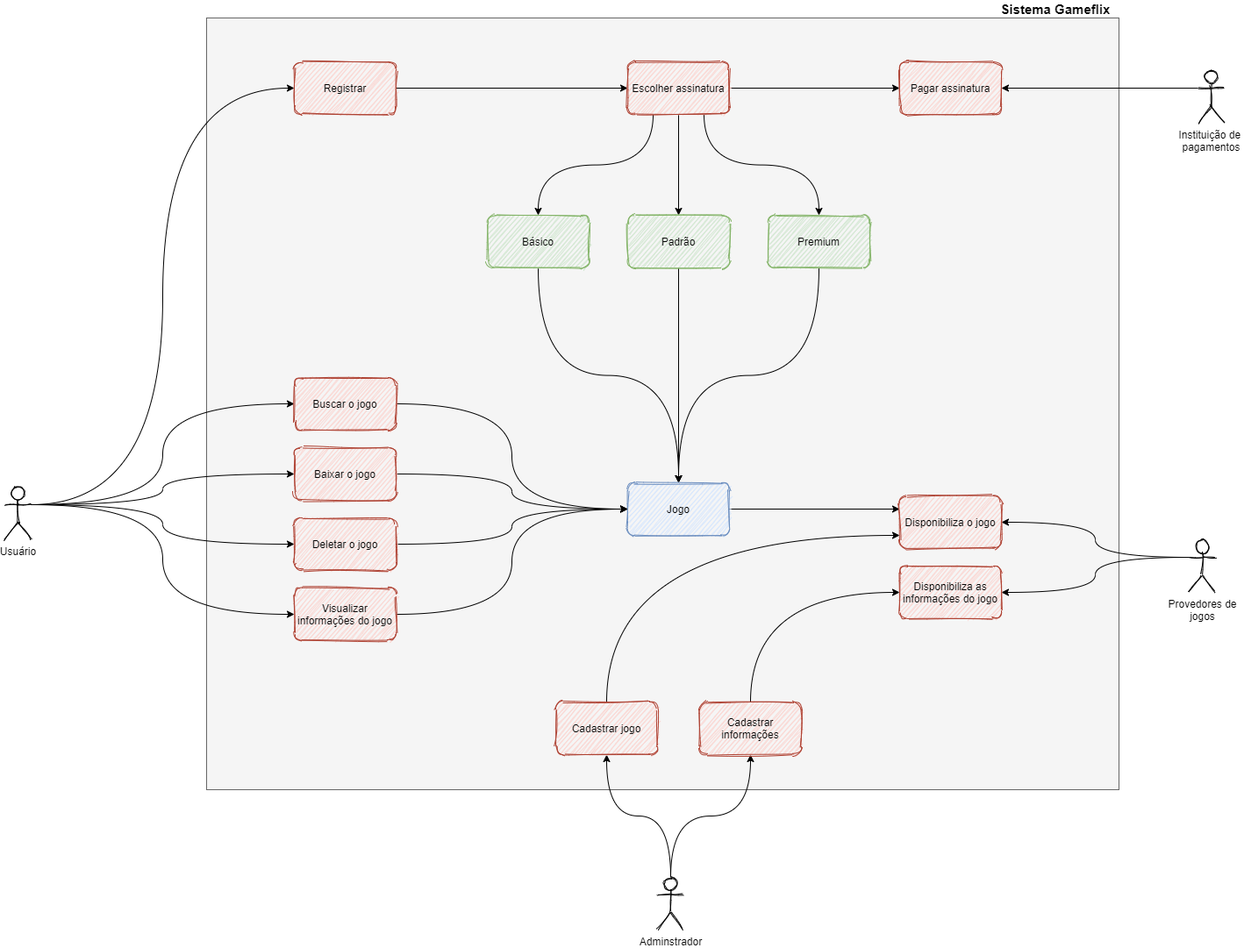
diandria/ddl-system keeps this draw.io diagram as img/desenho-gameflix-v2.png. Above is the earlier version. Source tidied: cells renumbered, new cells last; positions are measured from the earlier drawing's top-left corner, leaving out a move shared by most shapes.
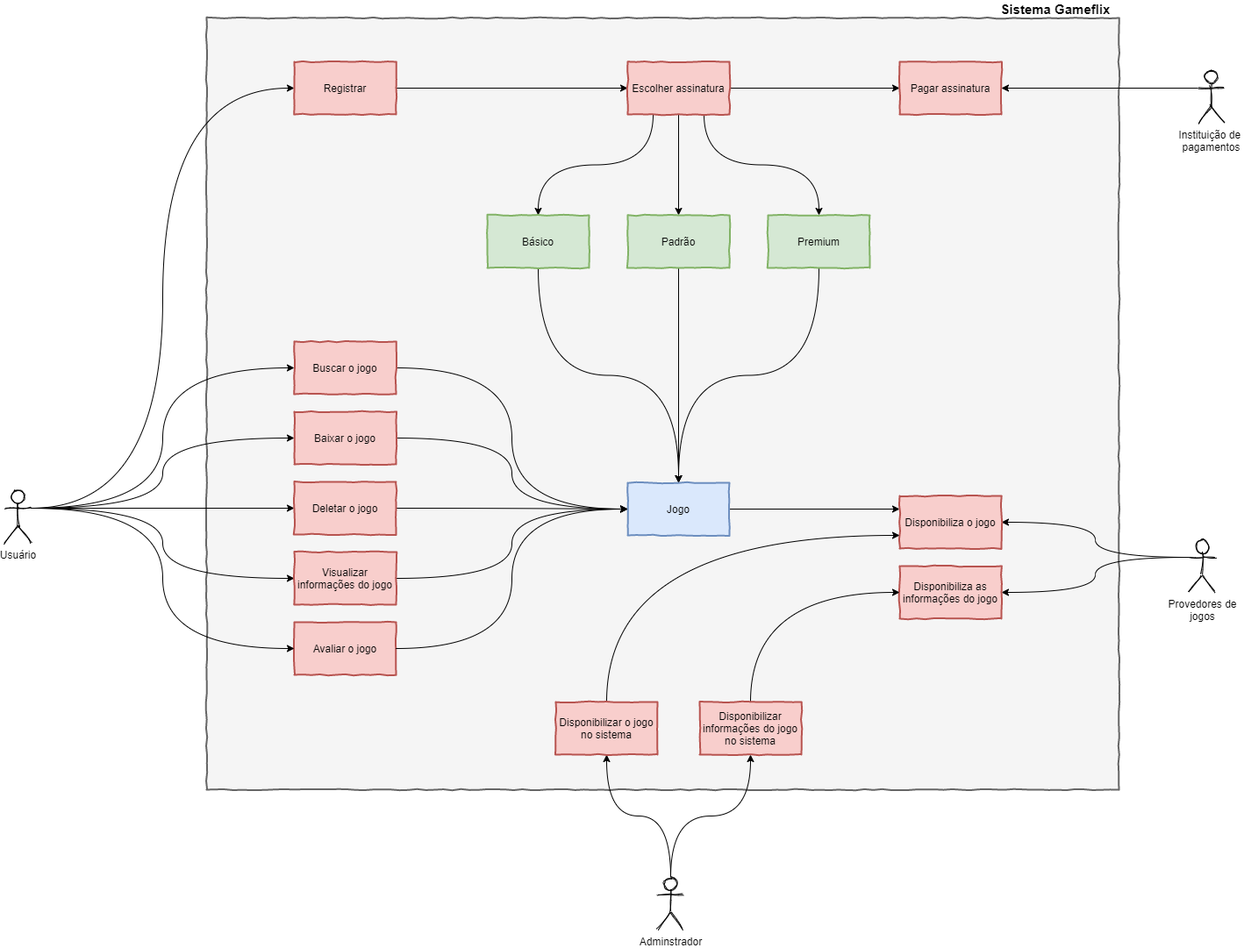
The same file after the commit.

Commit message:
refactor: update image with the flow desing version 2

Diff of the diagram source:
```diff
@@ -2,7 +2,7 @@
   <root>
     <mxCell id="0" />
     <mxCell id="1" parent="0" />
-    <mxCell id="2" style="rounded=0;whiteSpace=wrap;html=1;fillColor=#f5f5f5;strokeColor=#666666;fontColor=#333333;" parent="1" vertex="1">
+    <mxCell id="2" style="rounded=0;whiteSpace=wrap;html=1;comic=1;strokeWidth=2;strokeColor=#666666;fillColor=#f5f5f5;fontColor=#333333;" parent="1" vertex="1">
       <mxGeometry x="230" y="20" width="1040" height="880" as="geometry" />
     </mxCell>
     <mxCell id="3" style="edgeStyle=orthogonalEdgeStyle;rounded=0;jettySize=auto;html=1;exitX=1;exitY=0.3333333333333333;exitDx=0;exitDy=0;exitPerimeter=0;entryX=0;entryY=0.5;entryDx=0;entryDy=0;curved=1;" parent="1" edge="1" source="8" target="10">
@@ -11,7 +11,7 @@
     <mxCell id="4" style="edgeStyle=orthogonalEdgeStyle;curved=1;rounded=0;jettySize=auto;html=1;exitX=1;exitY=0.3333333333333333;exitDx=0;exitDy=0;exitPerimeter=0;entryX=0;entryY=0.5;entryDx=0;entryDy=0;" parent="1" edge="1" source="8" target="24">
       <mxGeometry relative="1" as="geometry" />
     </mxCell>
-    <mxCell id="5" style="edgeStyle=orthogonalEdgeStyle;curved=1;rounded=0;jettySize=auto;html=1;exitX=1;exitY=0.3333333333333333;exitDx=0;exitDy=0;exitPerimeter=0;" parent="1" edge="1" source="8" target="30">
+    <mxCell id="5" style="edgeStyle=orthogonalEdgeStyle;curved=1;rounded=0;jettySize=auto;html=1;exitX=1;exitY=0.3333333333333333;exitDx=0;exitDy=0;exitPerimeter=0;entryX=0;entryY=0.5;entryDx=0;entryDy=0;" parent="1" edge="1" source="8" target="30">
       <mxGeometry relative="1" as="geometry" />
     </mxCell>
     <mxCell id="6" style="edgeStyle=orthogonalEdgeStyle;curved=1;rounded=0;jettySize=auto;html=1;exitX=1;exitY=0.3333333333333333;exitDx=0;exitDy=0;exitPerimeter=0;entryX=0;entryY=0.5;entryDx=0;entryDy=0;" parent="1" edge="1" source="8" target="34">
@@ -21,12 +21,12 @@
       <mxGeometry relative="1" as="geometry" />
     </mxCell>
     <mxCell id="8" value="Usuário" style="shape=umlActor;verticalLabelPosition=bottom;verticalAlign=top;html=1;outlineConnect=0;rounded=1;sketch=1;" parent="1" vertex="1">
-      <mxGeometry y="555" width="30" height="60" as="geometry" />
+      <mxGeometry y="559" width="30" height="60" as="geometry" />
     </mxCell>
     <mxCell id="9" style="edgeStyle=orthogonalEdgeStyle;curved=1;rounded=0;jettySize=auto;html=1;exitX=1;exitY=0.5;exitDx=0;exitDy=0;" parent="1" edge="1" source="10" target="15">
       <mxGeometry relative="1" as="geometry" />
     </mxCell>
-    <mxCell id="10" value="Registrar" style="whiteSpace=wrap;html=1;fillColor=#fad9d5;strokeColor=#ae4132;rounded=1;sketch=1;" parent="1" vertex="1">
+    <mxCell id="10" value="Registrar" style="rounded=0;whiteSpace=wrap;html=1;comic=1;strokeWidth=2;strokeColor=#b85450;fillColor=#f8cecc;" parent="1" vertex="1">
       <mxGeometry x="330" y="70" width="116" height="60" as="geometry" />
     </mxCell>
     <mxCell id="11" style="edgeStyle=orthogonalEdgeStyle;curved=1;rounded=0;jettySize=auto;html=1;exitX=0.25;exitY=1;exitDx=0;exitDy=0;entryX=0.5;entryY=0;entryDx=0;entryDy=0;" parent="1" edge="1" source="15" target="17">
@@ -41,35 +41,35 @@
     <mxCell id="14" style="edgeStyle=orthogonalEdgeStyle;curved=1;rounded=0;jettySize=auto;html=1;exitX=1;exitY=0.5;exitDx=0;exitDy=0;entryX=0;entryY=0.5;entryDx=0;entryDy=0;" parent="1" edge="1" source="15" target="22">
       <mxGeometry relative="1" as="geometry" />
     </mxCell>
-    <mxCell id="15" value="Escolher assinatura" style="whiteSpace=wrap;html=1;fillColor=#fad9d5;strokeColor=#ae4132;rounded=1;sketch=1;" parent="1" vertex="1">
+    <mxCell id="15" value="Escolher assinatura" style="rounded=0;whiteSpace=wrap;html=1;comic=1;strokeWidth=2;strokeColor=#b85450;fillColor=#f8cecc;" parent="1" vertex="1">
       <mxGeometry x="710" y="70" width="116" height="60" as="geometry" />
     </mxCell>
     <mxCell id="16" style="edgeStyle=orthogonalEdgeStyle;curved=1;rounded=0;jettySize=auto;html=1;exitX=0.5;exitY=1;exitDx=0;exitDy=0;entryX=0.5;entryY=0;entryDx=0;entryDy=0;" parent="1" edge="1" source="17" target="28">
       <mxGeometry relative="1" as="geometry" />
     </mxCell>
-    <mxCell id="17" value="Básico&lt;span style=&quot;color: rgba(0 , 0 , 0 , 0) ; font-family: monospace ; font-size: 0px&quot;&gt;%3CmxGraphModel%3E%3Croot%3E%3CmxCell%20id%3D%220%22%2F%3E%3CmxCell%20id%3D%221%22%20parent%3D%220%22%2F%3E%3CmxCell%20id%3D%222%22%20value%3D%22Registrar%22%20style%3D%22whiteSpace%3Dwrap%3Bhtml%3D1%3BfillColor%3D%23fad9d5%3BstrokeColor%3D%23ae4132%3Brounded%3D1%3Bsketch%3D1%3B%22%20vertex%3D%221%22%20parent%3D%221%22%3E%3CmxGeometry%20x%3D%22-220%22%20y%3D%221290%22%20width%3D%22116%22%20height%3D%2260%22%20as%3D%22geometry%22%2F%3E%3C%2FmxCell%3E%3C%2Froot%3E%3C%2FmxGraphModel%3E&lt;/span&gt;" style="whiteSpace=wrap;html=1;fillColor=#d5e8d4;strokeColor=#82b366;rounded=1;sketch=1;" parent="1" vertex="1">
+    <mxCell id="17" value="Básico&lt;span style=&quot;color: rgba(0 , 0 , 0 , 0) ; font-family: monospace ; font-size: 0px&quot;&gt;%3CmxGraphModel%3E%3Croot%3E%3CmxCell%20id%3D%220%22%2F%3E%3CmxCell%20id%3D%221%22%20parent%3D%220%22%2F%3E%3CmxCell%20id%3D%222%22%20value%3D%22Registrar%22%20style%3D%22whiteSpace%3Dwrap%3Bhtml%3D1%3BfillColor%3D%23fad9d5%3BstrokeColor%3D%23ae4132%3Brounded%3D1%3Bsketch%3D1%3B%22%20vertex%3D%221%22%20parent%3D%221%22%3E%3CmxGeometry%20x%3D%22-220%22%20y%3D%221290%22%20width%3D%22116%22%20height%3D%2260%22%20as%3D%22geometry%22%2F%3E%3C%2FmxCell%3E%3C%2Froot%3E%3C%2FmxGraphModel%3E&lt;/span&gt;" style="rounded=0;whiteSpace=wrap;html=1;comic=1;strokeWidth=2;strokeColor=#82b366;fillColor=#d5e8d4;" parent="1" vertex="1">
       <mxGeometry x="550" y="245" width="116" height="60" as="geometry" />
     </mxCell>
     <mxCell id="18" style="edgeStyle=orthogonalEdgeStyle;curved=1;rounded=0;jettySize=auto;html=1;exitX=0.5;exitY=1;exitDx=0;exitDy=0;entryX=0.5;entryY=0;entryDx=0;entryDy=0;" parent="1" edge="1" source="19" target="28">
       <mxGeometry relative="1" as="geometry" />
     </mxCell>
-    <mxCell id="19" value="Padrão" style="whiteSpace=wrap;html=1;fillColor=#d5e8d4;strokeColor=#82b366;rounded=1;sketch=1;" parent="1" vertex="1">
+    <mxCell id="19" value="Padrão" style="rounded=0;whiteSpace=wrap;html=1;comic=1;strokeWidth=2;strokeColor=#82b366;fillColor=#d5e8d4;" parent="1" vertex="1">
       <mxGeometry x="710" y="245" width="116" height="60" as="geometry" />
     </mxCell>
     <mxCell id="20" style="edgeStyle=orthogonalEdgeStyle;curved=1;rounded=0;jettySize=auto;html=1;exitX=0.5;exitY=1;exitDx=0;exitDy=0;entryX=0.5;entryY=0;entryDx=0;entryDy=0;" parent="1" edge="1" source="21" target="28">
       <mxGeometry relative="1" as="geometry" />
     </mxCell>
-    <mxCell id="21" value="Premium" style="whiteSpace=wrap;html=1;fillColor=#d5e8d4;strokeColor=#82b366;rounded=1;sketch=1;" parent="1" vertex="1">
+    <mxCell id="21" value="Premium" style="rounded=0;whiteSpace=wrap;html=1;comic=1;strokeWidth=2;strokeColor=#82b366;fillColor=#d5e8d4;" parent="1" vertex="1">
       <mxGeometry x="870" y="245" width="116" height="60" as="geometry" />
     </mxCell>
-    <mxCell id="22" value="Pagar assinatura" style="whiteSpace=wrap;html=1;fillColor=#fad9d5;strokeColor=#ae4132;rounded=1;sketch=1;" parent="1" vertex="1">
+    <mxCell id="22" value="Pagar assinatura" style="rounded=0;whiteSpace=wrap;html=1;comic=1;strokeWidth=2;strokeColor=#b85450;fillColor=#f8cecc;" parent="1" vertex="1">
       <mxGeometry x="1020" y="70" width="116" height="60" as="geometry" />
     </mxCell>
     <mxCell id="23" style="edgeStyle=orthogonalEdgeStyle;curved=1;rounded=0;jettySize=auto;html=1;exitX=1;exitY=0.5;exitDx=0;exitDy=0;entryX=0;entryY=0.5;entryDx=0;entryDy=0;" parent="1" edge="1" source="24" target="28">
       <mxGeometry relative="1" as="geometry" />
     </mxCell>
-    <mxCell id="24" value="Buscar o jogo" style="whiteSpace=wrap;html=1;fillColor=#fad9d5;strokeColor=#ae4132;rounded=1;sketch=1;" parent="1" vertex="1">
-      <mxGeometry x="330" y="430" width="116" height="60" as="geometry" />
+    <mxCell id="24" value="Buscar o jogo" style="rounded=0;whiteSpace=wrap;html=1;comic=1;strokeWidth=2;strokeColor=#b85450;fillColor=#f8cecc;" parent="1" vertex="1">
+      <mxGeometry x="330" y="389" width="116" height="60" as="geometry" />
     </mxCell>
     <mxCell id="25" style="edgeStyle=orthogonalEdgeStyle;curved=1;rounded=0;jettySize=auto;html=1;exitX=0;exitY=0.3333333333333333;exitDx=0;exitDy=0;exitPerimeter=0;" parent="1" edge="1" source="26" target="22">
       <mxGeometry relative="1" as="geometry" />
@@ -80,26 +80,26 @@
     <mxCell id="27" style="edgeStyle=orthogonalEdgeStyle;curved=1;rounded=0;jettySize=auto;html=1;exitX=1;exitY=0.5;exitDx=0;exitDy=0;entryX=0;entryY=0.25;entryDx=0;entryDy=0;" parent="1" edge="1" source="28" target="38">
       <mxGeometry relative="1" as="geometry" />
     </mxCell>
-    <mxCell id="28" value="Jogo" style="whiteSpace=wrap;html=1;fillColor=#dae8fc;strokeColor=#6c8ebf;rounded=1;sketch=1;" parent="1" vertex="1">
+    <mxCell id="28" value="Jogo" style="rounded=0;whiteSpace=wrap;html=1;comic=1;strokeWidth=2;strokeColor=#6c8ebf;fillColor=#dae8fc;" parent="1" vertex="1">
       <mxGeometry x="710" y="550" width="116" height="60" as="geometry" />
     </mxCell>
     <mxCell id="29" style="edgeStyle=orthogonalEdgeStyle;curved=1;rounded=0;jettySize=auto;html=1;exitX=1;exitY=0.5;exitDx=0;exitDy=0;entryX=0;entryY=0.5;entryDx=0;entryDy=0;" parent="1" edge="1" source="30" target="28">
       <mxGeometry relative="1" as="geometry" />
     </mxCell>
-    <mxCell id="30" value="Baixar o jogo" style="whiteSpace=wrap;html=1;fillColor=#fad9d5;strokeColor=#ae4132;rounded=1;sketch=1;" parent="1" vertex="1">
-      <mxGeometry x="330" y="510" width="116" height="60" as="geometry" />
+    <mxCell id="30" value="Baixar o jogo" style="rounded=0;whiteSpace=wrap;html=1;comic=1;strokeWidth=2;strokeColor=#b85450;fillColor=#f8cecc;" parent="1" vertex="1">
+      <mxGeometry x="330" y="469" width="116" height="60" as="geometry" />
     </mxCell>
     <mxCell id="31" style="edgeStyle=orthogonalEdgeStyle;curved=1;rounded=0;jettySize=auto;html=1;exitX=1;exitY=0.5;exitDx=0;exitDy=0;entryX=0;entryY=0.5;entryDx=0;entryDy=0;" parent="1" edge="1" source="32" target="28">
       <mxGeometry relative="1" as="geometry" />
     </mxCell>
-    <mxCell id="32" value="Visualizar informações do jogo" style="whiteSpace=wrap;html=1;fillColor=#fad9d5;strokeColor=#ae4132;rounded=1;sketch=1;" parent="1" vertex="1">
-      <mxGeometry x="330" y="670" width="116" height="60" as="geometry" />
+    <mxCell id="32" value="Visualizar informações do jogo" style="rounded=0;whiteSpace=wrap;html=1;comic=1;strokeWidth=2;strokeColor=#b85450;fillColor=#f8cecc;" parent="1" vertex="1">
+      <mxGeometry x="330" y="629" width="116" height="60" as="geometry" />
     </mxCell>
     <mxCell id="33" style="edgeStyle=orthogonalEdgeStyle;curved=1;rounded=0;jettySize=auto;html=1;exitX=1;exitY=0.5;exitDx=0;exitDy=0;entryX=0;entryY=0.5;entryDx=0;entryDy=0;" parent="1" edge="1" source="34" target="28">
       <mxGeometry relative="1" as="geometry" />
     </mxCell>
-    <mxCell id="34" value="Deletar o jogo" style="whiteSpace=wrap;html=1;fillColor=#fad9d5;strokeColor=#ae4132;rounded=1;sketch=1;" parent="1" vertex="1">
-      <mxGeometry x="330" y="590" width="116" height="60" as="geometry" />
+    <mxCell id="34" value="Deletar o jogo" style="rounded=0;whiteSpace=wrap;html=1;comic=1;strokeWidth=2;strokeColor=#b85450;fillColor=#f8cecc;" parent="1" vertex="1">
+      <mxGeometry x="330" y="549" width="116" height="60" as="geometry" />
     </mxCell>
     <mxCell id="35" style="edgeStyle=orthogonalEdgeStyle;curved=1;rounded=0;jettySize=auto;html=1;exitX=0;exitY=0.3333333333333333;exitDx=0;exitDy=0;exitPerimeter=0;entryX=1;entryY=0.5;entryDx=0;entryDy=0;" parent="1" edge="1" source="37" target="38">
       <mxGeometry relative="1" as="geometry" />
@@ -110,10 +110,10 @@
     <mxCell id="37" value="Provedores de&lt;br&gt;jogos" style="shape=umlActor;verticalLabelPosition=bottom;verticalAlign=top;html=1;outlineConnect=0;rounded=1;sketch=1;" parent="1" vertex="1">
       <mxGeometry x="1350" y="615" width="30" height="60" as="geometry" />
     </mxCell>
-    <mxCell id="38" value="Disponibiliza o jogo" style="whiteSpace=wrap;html=1;fillColor=#fad9d5;strokeColor=#ae4132;rounded=1;sketch=1;" parent="1" vertex="1">
+    <mxCell id="38" value="Disponibiliza o jogo" style="rounded=0;whiteSpace=wrap;html=1;comic=1;strokeWidth=2;strokeColor=#b85450;fillColor=#f8cecc;" parent="1" vertex="1">
       <mxGeometry x="1020" y="565" width="116" height="60" as="geometry" />
     </mxCell>
-    <mxCell id="39" value="Disponibiliza as informações do jogo" style="whiteSpace=wrap;html=1;fillColor=#fad9d5;strokeColor=#ae4132;rounded=1;sketch=1;" parent="1" vertex="1">
+    <mxCell id="39" value="Disponibiliza as informações do jogo" style="rounded=0;whiteSpace=wrap;html=1;comic=1;strokeWidth=2;strokeColor=#b85450;fillColor=#f8cecc;" parent="1" vertex="1">
       <mxGeometry x="1020" y="645" width="116" height="60" as="geometry" />
     </mxCell>
     <mxCell id="40" style="edgeStyle=orthogonalEdgeStyle;curved=1;rounded=0;jettySize=auto;html=1;exitX=0.5;exitY=0;exitDx=0;exitDy=0;exitPerimeter=0;entryX=0.5;entryY=1;entryDx=0;entryDy=0;" parent="1" edge="1" source="42" target="44">
@@ -128,17 +128,26 @@
     <mxCell id="43" style="edgeStyle=orthogonalEdgeStyle;curved=1;rounded=0;jettySize=auto;html=1;exitX=0.5;exitY=0;exitDx=0;exitDy=0;entryX=0;entryY=0.75;entryDx=0;entryDy=0;" parent="1" edge="1" source="44" target="38">
       <mxGeometry relative="1" as="geometry" />
     </mxCell>
-    <mxCell id="44" value="Cadastrar jogo" style="whiteSpace=wrap;html=1;fillColor=#fad9d5;strokeColor=#ae4132;rounded=1;sketch=1;" parent="1" vertex="1">
+    <mxCell id="44" value="Disponibilizar o jogo no sistema" style="rounded=0;whiteSpace=wrap;html=1;comic=1;strokeWidth=2;strokeColor=#b85450;fillColor=#f8cecc;" parent="1" vertex="1">
       <mxGeometry x="628" y="800" width="116" height="60" as="geometry" />
     </mxCell>
     <mxCell id="45" style="edgeStyle=orthogonalEdgeStyle;curved=1;rounded=0;jettySize=auto;html=1;exitX=0.5;exitY=0;exitDx=0;exitDy=0;entryX=0;entryY=0.5;entryDx=0;entryDy=0;" parent="1" edge="1" source="46" target="39">
       <mxGeometry relative="1" as="geometry" />
     </mxCell>
-    <mxCell id="46" value="Cadastrar informações" style="whiteSpace=wrap;html=1;fillColor=#fad9d5;strokeColor=#ae4132;rounded=1;sketch=1;" parent="1" vertex="1">
+    <mxCell id="46" value="Disponibilizar informações do jogo no sistema" style="rounded=0;whiteSpace=wrap;html=1;comic=1;strokeWidth=2;strokeColor=#b85450;fillColor=#f8cecc;" parent="1" vertex="1">
       <mxGeometry x="792" y="800" width="116" height="60" as="geometry" />
     </mxCell>
     <mxCell id="47" value="&lt;b&gt;&lt;font style=&quot;font-size: 15px&quot;&gt;Sistema Gameflix&amp;nbsp;&lt;/font&gt;&lt;/b&gt;" style="text;html=1;strokeColor=none;fillColor=none;align=center;verticalAlign=middle;whiteSpace=wrap;rounded=0;" parent="1" vertex="1">
       <mxGeometry x="1130" width="140" height="20" as="geometry" />
     </mxCell>
+    <mxCell id="48" value="Avaliar o jogo" style="rounded=0;whiteSpace=wrap;html=1;comic=1;strokeWidth=2;strokeColor=#b85450;fillColor=#f8cecc;" parent="1" vertex="1">
+      <mxGeometry x="330" y="709" width="116" height="60" as="geometry" />
+    </mxCell>
+    <mxCell id="49" style="edgeStyle=orthogonalEdgeStyle;curved=1;rounded=0;jettySize=auto;html=1;exitX=1;exitY=0.3333333333333333;exitDx=0;exitDy=0;exitPerimeter=0;entryX=0;entryY=0.5;entryDx=0;entryDy=0;" parent="1" edge="1" source="8" target="48">
+      <mxGeometry relative="1" as="geometry" />
+    </mxCell>
+    <mxCell id="50" style="edgeStyle=orthogonalEdgeStyle;curved=1;rounded=0;jettySize=auto;html=1;exitX=1;exitY=0.5;exitDx=0;exitDy=0;entryX=0;entryY=0.5;entryDx=0;entryDy=0;" parent="1" edge="1" source="48" target="28">
+      <mxGeometry relative="1" as="geometry" />
+    </mxCell>
   </root>
 </mxGraphModel>
```
